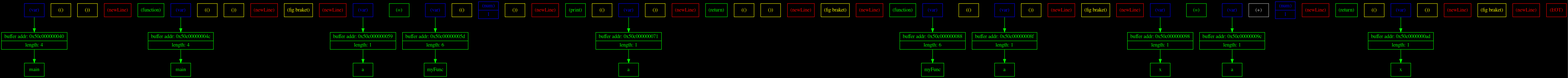
The Graphviz diagram png_files/tokensDotFile.dot.png in Matvey787/myProgLanguage, before a commit. Its source is kept beside it as dot_files/tokensDotFile.dot.
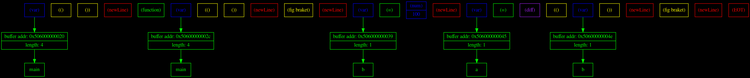
Above is the later version.

The edit, as a diff of the source:
```diff
@@ -18,89 +18,43 @@
 	token_10 [ shape=record, color = red, fontcolor = red, label = "{ (newLine) }" ];
 	token_11 [ shape=record, color = blue, fontcolor = blue, label = "{ (var) }" ];
 	token_12 [ shape=record, color = green, fontcolor = green, label = "{ (=) }" ];
-	token_13 [ shape=record, color = blue, fontcolor = blue, label = "{ (var) }" ];
-	token_14 [ shape=record, color = yellow, fontcolor = yellow, label = "{ (() }" ];
-	token_15 [ shape=record, color = blue, fontcolor = blue, label = "{ (num) | 1 }" ];
-	token_16 [ shape=record, color = yellow, fontcolor = yellow, label = "{ ()) }" ];
-	token_17 [ shape=record, color = red, fontcolor = red, label = "{ (newLine) }" ];
-	token_18 [ shape=record, color = green, fontcolor = green, label = "{ (print) }" ];
-	token_19 [ shape=record, color = yellow, fontcolor = yellow, label = "{ (() }" ];
-	token_20 [ shape=record, color = blue, fontcolor = blue, label = "{ (var) }" ];
-	token_21 [ shape=record, color = yellow, fontcolor = yellow, label = "{ ()) }" ];
-	token_22 [ shape=record, color = red, fontcolor = red, label = "{ (newLine) }" ];
-	token_23 [ shape=record, color = green, fontcolor = green, label = "{ (return) }" ];
-	token_24 [ shape=record, color = yellow, fontcolor = yellow, label = "{ (() }" ];
-	token_25 [ shape=record, color = yellow, fontcolor = yellow, label = "{ ()) }" ];
-	token_26 [ shape=record, color = red, fontcolor = red, label = "{ (newLine) }" ];
-	token_27 [ shape=record, color = yellow, fontcolor = yellow, label = "{ (fig braket) }" ];
-	token_28 [ shape=record, color = red, fontcolor = red, label = "{ (newLine) }" ];
-	token_29 [ shape=record, color = green, fontcolor = green, label = "{ (function) }" ];
-	token_30 [ shape=record, color = blue, fontcolor = blue, label = "{ (var) }" ];
-	token_31 [ shape=record, color = yellow, fontcolor = yellow, label = "{ (() }" ];
-	token_32 [ shape=record, color = blue, fontcolor = blue, label = "{ (var) }" ];
-	token_33 [ shape=record, color = yellow, fontcolor = yellow, label = "{ ()) }" ];
-	token_34 [ shape=record, color = red, fontcolor = red, label = "{ (newLine) }" ];
-	token_35 [ shape=record, color = yellow, fontcolor = yellow, label = "{ (fig braket) }" ];
-	token_36 [ shape=record, color = red, fontcolor = red, label = "{ (newLine) }" ];
-	token_37 [ shape=record, color = blue, fontcolor = blue, label = "{ (var) }" ];
-	token_38 [ shape=record, color = green, fontcolor = green, label = "{ (=) }" ];
-	token_39 [ shape=record, color = blue, fontcolor = blue, label = "{ (var) }" ];
-	token_40 [ shape=record, color = grey, fontcolor = grey, label = "{ (+) }" ];
-	token_41 [ shape=record, color = blue, fontcolor = blue, label = "{ (num) | 1 }" ];
-	token_42 [ shape=record, color = red, fontcolor = red, label = "{ (newLine) }" ];
-	token_43 [ shape=record, color = green, fontcolor = green, label = "{ (return) }" ];
-	token_44 [ shape=record, color = yellow, fontcolor = yellow, label = "{ (() }" ];
-	token_45 [ shape=record, color = blue, fontcolor = blue, label = "{ (var) }" ];
-	token_46 [ shape=record, color = yellow, fontcolor = yellow, label = "{ ()) }" ];
-	token_47 [ shape=record, color = red, fontcolor = red, label = "{ (newLine) }" ];
-	token_48 [ shape=record, color = yellow, fontcolor = yellow, label = "{ (fig braket) }" ];
-	token_49 [ shape=record, color = red, fontcolor = red, label = "{ (newLine) }" ];
-	token_50 [ shape=record, color = red, fontcolor = red, label = "{ (EOT) }" ];
+	token_13 [ shape=record, color = blue, fontcolor = blue, label = "{ (num) | 100 }" ];
+	token_14 [ shape=record, color = red, fontcolor = red, label = "{ (newLine) }" ];
+	token_15 [ shape=record, color = blue, fontcolor = blue, label = "{ (var) }" ];
+	token_16 [ shape=record, color = green, fontcolor = green, label = "{ (=) }" ];
+	token_17 [ shape=record, color = purple, fontcolor = purple, label = "{ (diff) }" ];
+	token_18 [ shape=record, color = yellow, fontcolor = yellow, label = "{ (() }" ];
+	token_19 [ shape=record, color = blue, fontcolor = blue, label = "{ (var) }" ];
+	token_20 [ shape=record, color = yellow, fontcolor = yellow, label = "{ ()) }" ];
+	token_21 [ shape=record, color = red, fontcolor = red, label = "{ (newLine) }" ];
+	token_22 [ shape=record, color = yellow, fontcolor = yellow, label = "{ (fig braket) }" ];
+	token_23 [ shape=record, color = red, fontcolor = red, label = "{ (newLine) }" ];
+	token_24 [ shape=record, color = red, fontcolor = red, label = "{ (EOT) }" ];
 }
 {
 	rank=same;
-	tableCell_0x50c000000040 [ shape=record, color = green, fontcolor = green, label = "         { buffer addr: 0x50c000000040 | length: 4 }" ];
-	tableCell_0x50c00000004c [ shape=record, color = green, fontcolor = green, label = "         { buffer addr: 0x50c00000004c | length: 4 }" ];
-	tableCell_0x50c000000059 [ shape=record, color = green, fontcolor = green, label = "         { buffer addr: 0x50c000000059 | length: 1 }" ];
-	tableCell_0x50c00000005d [ shape=record, color = green, fontcolor = green, label = "         { buffer addr: 0x50c00000005d | length: 6 }" ];
-	tableCell_0x50c000000071 [ shape=record, color = green, fontcolor = green, label = "         { buffer addr: 0x50c000000071 | length: 1 }" ];
-	tableCell_0x50c000000088 [ shape=record, color = green, fontcolor = green, label = "         { buffer addr: 0x50c000000088 | length: 6 }" ];
-	tableCell_0x50c00000008f [ shape=record, color = green, fontcolor = green, label = "         { buffer addr: 0x50c00000008f | length: 1 }" ];
-	tableCell_0x50c000000098 [ shape=record, color = green, fontcolor = green, label = "         { buffer addr: 0x50c000000098 | length: 1 }" ];
-	tableCell_0x50c00000009c [ shape=record, color = green, fontcolor = green, label = "         { buffer addr: 0x50c00000009c | length: 1 }" ];
-	tableCell_0x50c0000000ad [ shape=record, color = green, fontcolor = green, label = "         { buffer addr: 0x50c0000000ad | length: 1 }" ];
+	tableCell_0x506000000020 [ shape=record, color = green, fontcolor = green, label = "         { buffer addr: 0x506000000020 | length: 4 }" ];
+	tableCell_0x50600000002c [ shape=record, color = green, fontcolor = green, label = "         { buffer addr: 0x50600000002c | length: 4 }" ];
+	tableCell_0x506000000039 [ shape=record, color = green, fontcolor = green, label = "         { buffer addr: 0x506000000039 | length: 1 }" ];
+	tableCell_0x506000000045 [ shape=record, color = green, fontcolor = green, label = "         { buffer addr: 0x506000000045 | length: 1 }" ];
+	tableCell_0x50600000004e [ shape=record, color = green, fontcolor = green, label = "         { buffer addr: 0x50600000004e | length: 1 }" ];
 }
 {
 	rank=same;
-	openTableCell_0x50c000000040 [ shape=record, color = green, fontcolor = green, label = "{ main }" ];
-	openTableCell_0x50c00000004c [ shape=record, color = green, fontcolor = green, label = "{ main }" ];
-	openTableCell_0x50c000000059 [ shape=record, color = green, fontcolor = green, label = "{ a }" ];
-	openTableCell_0x50c00000005d [ shape=record, color = green, fontcolor = green, label = "{ myFunc }" ];
-	openTableCell_0x50c000000071 [ shape=record, color = green, fontcolor = green, label = "{ a }" ];
-	openTableCell_0x50c000000088 [ shape=record, color = green, fontcolor = green, label = "{ myFunc }" ];
-	openTableCell_0x50c00000008f [ shape=record, color = green, fontcolor = green, label = "{ a }" ];
-	openTableCell_0x50c000000098 [ shape=record, color = green, fontcolor = green, label = "{ x }" ];
-	openTableCell_0x50c00000009c [ shape=record, color = green, fontcolor = green, label = "{ a }" ];
-	openTableCell_0x50c0000000ad [ shape=record, color = green, fontcolor = green, label = "{ x }" ];
+	openTableCell_0x506000000020 [ shape=record, color = green, fontcolor = green, label = "{ main }" ];
+	openTableCell_0x50600000002c [ shape=record, color = green, fontcolor = green, label = "{ main }" ];
+	openTableCell_0x506000000039 [ shape=record, color = green, fontcolor = green, label = "{ b }" ];
+	openTableCell_0x506000000045 [ shape=record, color = green, fontcolor = green, label = "{ a }" ];
+	openTableCell_0x50600000004e [ shape=record, color = green, fontcolor = green, label = "{ b }" ];
 }
-	token_0:s -> tableCell_0x50c000000040:n [ color = green; ]
-	token_5:s -> tableCell_0x50c00000004c:n [ color = green; ]
-	token_11:s -> tableCell_0x50c000000059:n [ color = green; ]
-	token_13:s -> tableCell_0x50c00000005d:n [ color = green; ]
-	token_20:s -> tableCell_0x50c000000071:n [ color = green; ]
-	token_30:s -> tableCell_0x50c000000088:n [ color = green; ]
-	token_32:s -> tableCell_0x50c00000008f:n [ color = green; ]
-	token_37:s -> tableCell_0x50c000000098:n [ color = green; ]
-	token_39:s -> tableCell_0x50c00000009c:n [ color = green; ]
-	token_45:s -> tableCell_0x50c0000000ad:n [ color = green; ]
-	tableCell_0x50c000000040:s -> openTableCell_0x50c000000040:n [ color = green; ]
-	tableCell_0x50c00000004c:s -> openTableCell_0x50c00000004c:n [ color = green; ]
-	tableCell_0x50c000000059:s -> openTableCell_0x50c000000059:n [ color = green; ]
-	tableCell_0x50c00000005d:s -> openTableCell_0x50c00000005d:n [ color = green; ]
-	tableCell_0x50c000000071:s -> openTableCell_0x50c000000071:n [ color = green; ]
-	tableCell_0x50c000000088:s -> openTableCell_0x50c000000088:n [ color = green; ]
-	tableCell_0x50c00000008f:s -> openTableCell_0x50c00000008f:n [ color = green; ]
-	tableCell_0x50c000000098:s -> openTableCell_0x50c000000098:n [ color = green; ]
-	tableCell_0x50c00000009c:s -> openTableCell_0x50c00000009c:n [ color = green; ]
-	tableCell_0x50c0000000ad:s -> openTableCell_0x50c0000000ad:n [ color = green; ]
+	token_0:s -> tableCell_0x506000000020:n [ color = green; ]
+	token_5:s -> tableCell_0x50600000002c:n [ color = green; ]
+	token_11:s -> tableCell_0x506000000039:n [ color = green; ]
+	token_15:s -> tableCell_0x506000000045:n [ color = green; ]
+	token_19:s -> tableCell_0x50600000004e:n [ color = green; ]
+	tableCell_0x506000000020:s -> openTableCell_0x506000000020:n [ color = green; ]
+	tableCell_0x50600000002c:s -> openTableCell_0x50600000002c:n [ color = green; ]
+	tableCell_0x506000000039:s -> openTableCell_0x506000000039:n [ color = green; ]
+	tableCell_0x506000000045:s -> openTableCell_0x506000000045:n [ color = green; ]
+	tableCell_0x50600000004e:s -> openTableCell_0x50600000004e:n [ color = green; ]
 }
```
